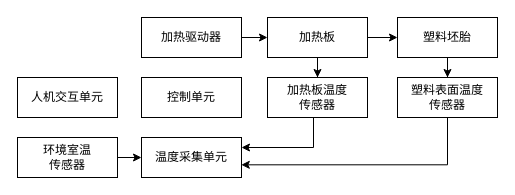
Earlier version of the draw.io diagram 加热原理图.drawio (zhihangsong-76/first). Source tidied: cells renumbered, new cells numbered last; positions are measured from the earlier drawing's top-left corner, leaving out a move shared by most shapes. Both pictures are drawn from the tidied source at 100%, with x=0, y=0 at pixel (17, 17).
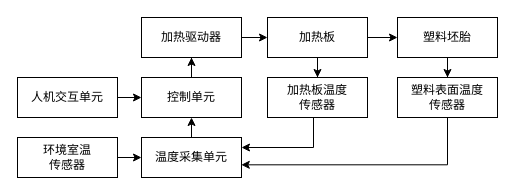
The same page after the edit.

Commit message (it also covers changes not shown here):
更新加热原理图.drawio

Unchanged cells that the change refers to:
```xml
<mxCell id="2" value="控制单元" style="rounded=0;whiteSpace=wrap;html=1;" parent="1" vertex="1">
  <mxGeometry x="124" y="60" width="100" height="40" as="geometry" />
</mxCell>
<mxCell id="3" value="人机交互单元" style="rounded=0;whiteSpace=wrap;html=1;" parent="1" vertex="1">
  <mxGeometry y="60" width="100" height="40" as="geometry" />
</mxCell>
<mxCell id="5" value="加热驱动器" style="rounded=0;whiteSpace=wrap;html=1;" parent="1" vertex="1">
  <mxGeometry x="124" width="100" height="40" as="geometry" />
</mxCell>
<mxCell id="15" value="温度采集单元" style="rounded=0;whiteSpace=wrap;html=1;" parent="1" vertex="1">
  <mxGeometry x="124" y="120" width="100" height="40" as="geometry" />
</mxCell>
```

The edit, as a diff of the source:
```diff
@@
+    <mxCell id="18" style="edgeStyle=orthogonalEdgeStyle;rounded=0;jettySize=auto;html=1;" parent="1" edge="1" source="2" target="5">
+      <mxGeometry relative="1" as="geometry" />
+    </mxCell>
@@
+    <mxCell id="19" style="edgeStyle=orthogonalEdgeStyle;rounded=0;jettySize=auto;html=1;" parent="1" edge="1" source="3" target="2">
+      <mxGeometry relative="1" as="geometry" />
+    </mxCell>
@@
+    <mxCell id="20" style="endArrow=classic;html=1;rounded=0;entryX=0.5;entryY=1;entryDx=0;entryDy=0;exitX=0.5;exitY=0;exitDx=0;exitDy=0;" parent="1" edge="1" source="15" target="2">
+      <mxGeometry relative="1" as="geometry" />
+    </mxCell>
```
